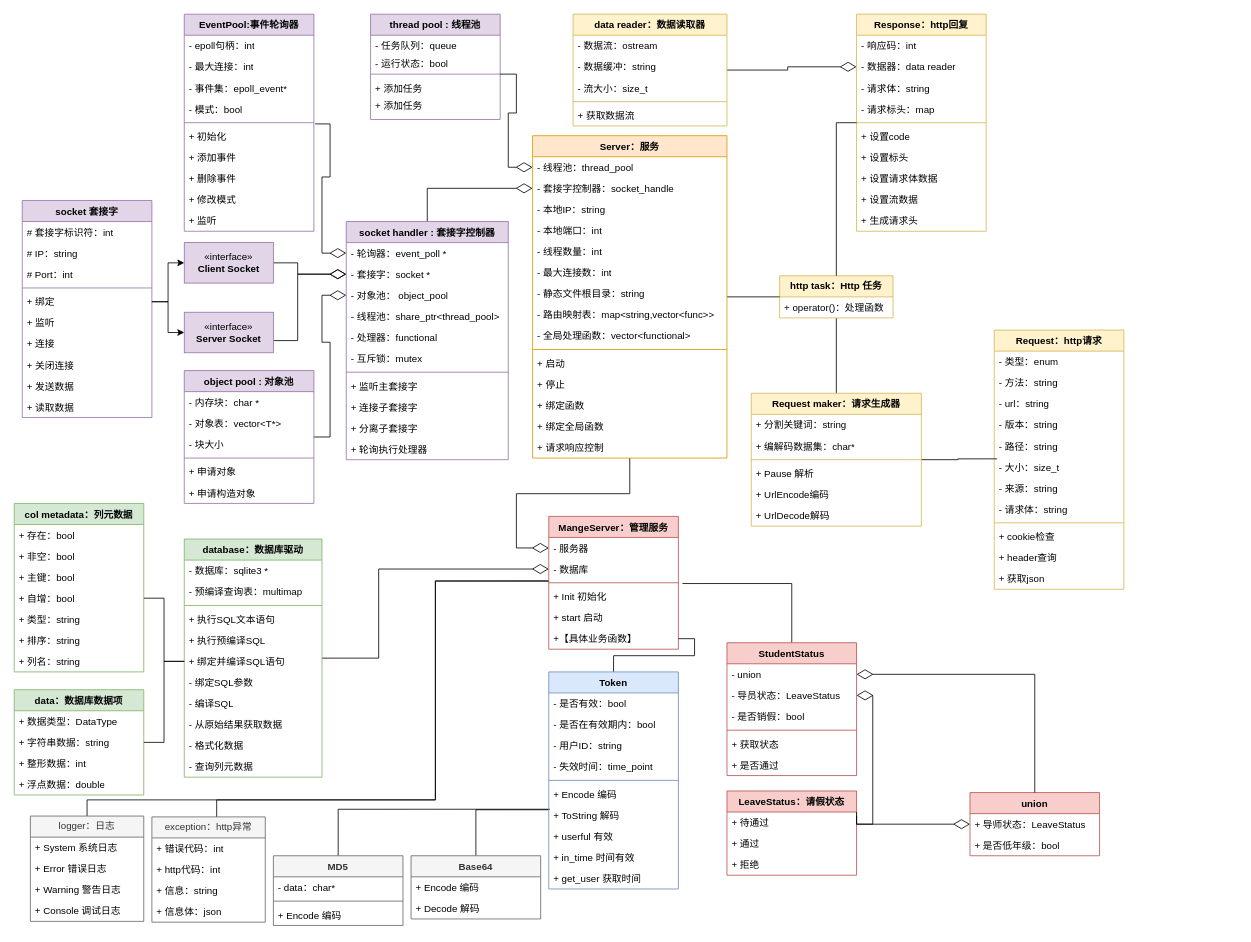
Taiga-A/Calabash keeps this draw.io diagram as calabash.drawio. Above is the earlier version. Source tidied: cells renumbered, new cells numbered last; positions are measured from the earlier drawing's top-left corner, leaving out a move shared by most shapes. Both pictures are drawn from the tidied source at 81%, with x=0, y=0 at pixel (14, 14).
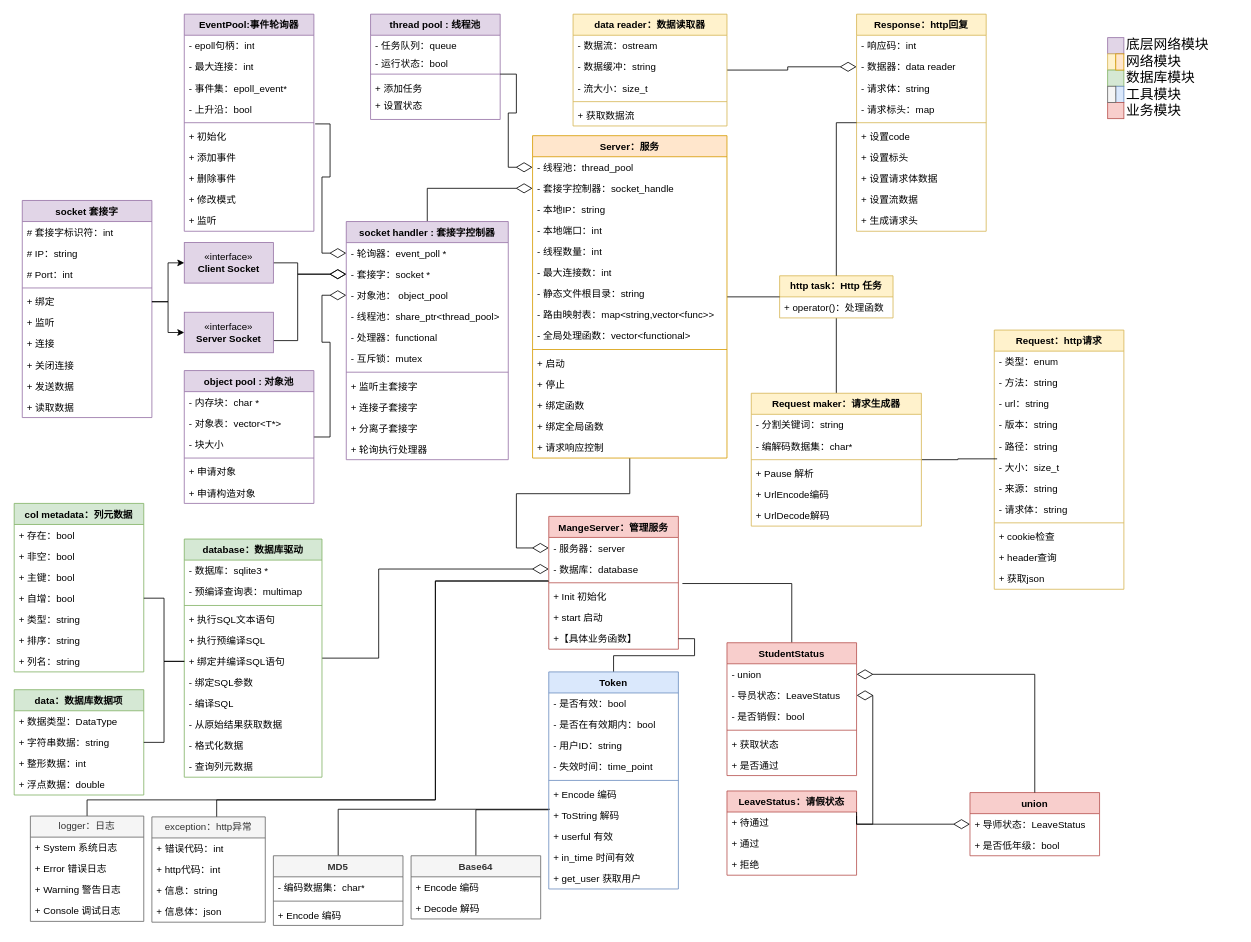
The same diagram, later.

Unchanged cells that the change refers to:
```xml
<mxCell id="2" value="thread pool : 线程池" style="swimlane;fontStyle=1;align=center;verticalAlign=top;horizontal=1;startSize=26;whiteSpace=wrap;html=1;fillColor=#e1d5e7;strokeColor=#9673a6;" parent="1" vertex="1">
  <mxGeometry x="440" width="160" height="130" as="geometry" />
</mxCell>
<mxCell id="111" value="Request maker：请求生成器" style="swimlane;fontStyle=1;align=center;verticalAlign=top;horizontal=1;startSize=26;whiteSpace=wrap;html=1;fillColor=#fff2cc;strokeColor=#d6b656;" parent="1" vertex="1">
  <mxGeometry x="910" y="468" width="210" height="164" as="geometry" />
</mxCell>
<mxCell id="137" value="EventPool:事件轮询器" style="swimlane;fontStyle=1;align=center;verticalAlign=top;horizontal=1;startSize=26;whiteSpace=wrap;html=1;fillColor=#e1d5e7;strokeColor=#9673a6;" parent="1" vertex="1">
  <mxGeometry x="210" width="160" height="268" as="geometry" />
</mxCell>
<mxCell id="154" value="MangeServer：管理服务" style="swimlane;fontStyle=1;align=center;verticalAlign=top;horizontal=1;startSize=26;whiteSpace=wrap;html=1;fillColor=#f8cecc;strokeColor=#b85450;" parent="1" vertex="1">
  <mxGeometry x="660" y="620" width="160" height="164" as="geometry" />
</mxCell>
<mxCell id="184" value="MD5" style="swimlane;fontStyle=1;align=center;verticalAlign=top;horizontal=1;startSize=26;whiteSpace=wrap;html=1;fillColor=#f5f5f5;fontColor=#333333;strokeColor=#666666;" parent="1" vertex="1">
  <mxGeometry x="320" y="1039" width="160" height="86" as="geometry" />
</mxCell>
<mxCell id="189" value="Token" style="swimlane;fontStyle=1;align=center;verticalAlign=top;horizontal=1;startSize=26;whiteSpace=wrap;html=1;fillColor=#dae8fc;strokeColor=#6c8ebf;" parent="1" vertex="1">
  <mxGeometry x="660" y="812" width="160" height="268" as="geometry" />
</mxCell>
```

What changed in the source:
```diff
@@
-    <mxCell id="7" value="+ 添加任务" style="text;strokeColor=none;fillColor=none;align=left;verticalAlign=top;spacingLeft=4;spacingRight=4;overflow=hidden;whiteSpace=wrap;html=1;" parent="2" vertex="1">
+    <mxCell id="7" value="+ 设置状态" style="text;strokeColor=none;fillColor=none;align=left;verticalAlign=top;spacingLeft=4;spacingRight=4;overflow=hidden;whiteSpace=wrap;html=1;" parent="2" vertex="1">
       <mxGeometry y="100" width="160" height="30" as="geometry" />
     </mxCell>
@@
-    <mxCell id="112" value="+ 分割关键词：string" style="text;strokeColor=none;fillColor=none;align=left;verticalAlign=top;spacingLeft=4;spacingRight=4;overflow=hidden;whiteSpace=wrap;html=1;" parent="111" vertex="1">
+    <mxCell id="112" value="- 分割关键词：string" style="text;strokeColor=none;fillColor=none;align=left;verticalAlign=top;spacingLeft=4;spacingRight=4;overflow=hidden;whiteSpace=wrap;html=1;" parent="111" vertex="1">
       <mxGeometry y="26" width="210" height="26" as="geometry" />
     </mxCell>
-    <mxCell id="113" value="+ 编解码数据集：char*" style="text;strokeColor=none;fillColor=none;align=left;verticalAlign=top;spacingLeft=4;spacingRight=4;overflow=hidden;whiteSpace=wrap;html=1;" parent="111" vertex="1">
+    <mxCell id="113" value="- 编解码数据集：char*" style="text;strokeColor=none;fillColor=none;align=left;verticalAlign=top;spacingLeft=4;spacingRight=4;overflow=hidden;whiteSpace=wrap;html=1;" parent="111" vertex="1">
       <mxGeometry y="52" width="210" height="26" as="geometry" />
     </mxCell>
@@
-    <mxCell id="141" value="- 模式：bool" style="text;strokeColor=none;fillColor=none;align=left;verticalAlign=top;spacingLeft=4;spacingRight=4;overflow=hidden;points=[[0,0.5],[1,0.5]];portConstraint=eastwest;whiteSpace=wrap;html=1;" parent="137" vertex="1">
+    <mxCell id="141" value="- 上升沿：bool" style="text;strokeColor=none;fillColor=none;align=left;verticalAlign=top;spacingLeft=4;spacingRight=4;overflow=hidden;points=[[0,0.5],[1,0.5]];portConstraint=eastwest;whiteSpace=wrap;html=1;" parent="137" vertex="1">
       <mxGeometry y="104" width="160" height="26" as="geometry" />
     </mxCell>
@@
-    <mxCell id="155" value="- 服务器" style="text;strokeColor=none;fillColor=none;align=left;verticalAlign=top;spacingLeft=4;spacingRight=4;overflow=hidden;points=[[0,0.5],[1,0.5]];portConstraint=eastwest;whiteSpace=wrap;html=1;" parent="154" vertex="1">
+    <mxCell id="155" value="- 服务器：server" style="text;strokeColor=none;fillColor=none;align=left;verticalAlign=top;spacingLeft=4;spacingRight=4;overflow=hidden;points=[[0,0.5],[1,0.5]];portConstraint=eastwest;whiteSpace=wrap;html=1;" parent="154" vertex="1">
       <mxGeometry y="26" width="160" height="26" as="geometry" />
     </mxCell>
-    <mxCell id="156" value="- 数据库" style="text;strokeColor=none;fillColor=none;align=left;verticalAlign=top;spacingLeft=4;spacingRight=4;overflow=hidden;points=[[0,0.5],[1,0.5]];portConstraint=eastwest;whiteSpace=wrap;html=1;" parent="154" vertex="1">
+    <mxCell id="156" value="- 数据库：database" style="text;strokeColor=none;fillColor=none;align=left;verticalAlign=top;spacingLeft=4;spacingRight=4;overflow=hidden;points=[[0,0.5],[1,0.5]];portConstraint=eastwest;whiteSpace=wrap;html=1;" parent="154" vertex="1">
       <mxGeometry y="52" width="160" height="26" as="geometry" />
     </mxCell>
@@
-    <mxCell id="185" value="- data：char*" style="text;strokeColor=none;fillColor=none;align=left;verticalAlign=top;spacingLeft=4;spacingRight=4;overflow=hidden;whiteSpace=wrap;html=1;" parent="184" vertex="1">
+    <mxCell id="185" value="- 编码数据集：char*" style="text;strokeColor=none;fillColor=none;align=left;verticalAlign=top;spacingLeft=4;spacingRight=4;overflow=hidden;whiteSpace=wrap;html=1;" parent="184" vertex="1">
       <mxGeometry y="26" width="160" height="26" as="geometry" />
     </mxCell>
@@
-    <mxCell id="199" value="+ get_user 获取时间" style="text;strokeColor=none;fillColor=none;align=left;verticalAlign=top;spacingLeft=4;spacingRight=4;overflow=hidden;whiteSpace=wrap;html=1;" parent="189" vertex="1">
+    <mxCell id="199" value="+ get_user 获取用户" style="text;strokeColor=none;fillColor=none;align=left;verticalAlign=top;spacingLeft=4;spacingRight=4;overflow=hidden;whiteSpace=wrap;html=1;" parent="189" vertex="1">
       <mxGeometry y="242" width="160" height="26" as="geometry" />
     </mxCell>
@@
+    <mxCell id="206" value="&lt;ul style=&quot;font-size: 17px;&quot;&gt;&lt;li style=&quot;font-size: 17px;&quot;&gt;底层网络模块&lt;/li&gt;&lt;li style=&quot;font-size: 17px;&quot;&gt;网络模块&lt;/li&gt;&lt;li style=&quot;font-size: 17px;&quot;&gt;数据库模块&lt;/li&gt;&lt;li style=&quot;font-size: 17px;&quot;&gt;工具模块&lt;/li&gt;&lt;li style=&quot;font-size: 17px;&quot;&gt;业务模块&lt;/li&gt;&lt;/ul&gt;" style="text;strokeColor=none;fillColor=none;html=1;whiteSpace=wrap;verticalAlign=middle;overflow=hidden;fontSize=17;spacingTop=2;spacing=3;spacingBottom=5;" parent="1" vertex="1">
+      <mxGeometry x="1330" width="180" height="160" as="geometry" />
+    </mxCell>
+    <mxCell id="207" style="rounded=0;whiteSpace=wrap;html=1;fillColor=#e1d5e7;strokeColor=#9673a6;" parent="1" vertex="1">
+      <mxGeometry x="1350" y="29" width="20" height="20" as="geometry" />
+    </mxCell>
+    <mxCell id="208" style="rounded=0;whiteSpace=wrap;html=1;fillColor=#fff2cc;strokeColor=#d6b656;" parent="1" vertex="1">
+      <mxGeometry x="1350" y="49" width="10" height="20" as="geometry" />
+    </mxCell>
+    <mxCell id="209" style="rounded=0;whiteSpace=wrap;html=1;fillColor=#d5e8d4;strokeColor=#82b366;" parent="1" vertex="1">
+      <mxGeometry x="1350" y="69" width="20" height="20" as="geometry" />
+    </mxCell>
+    <mxCell id="210" style="rounded=0;whiteSpace=wrap;html=1;fillColor=#dae8fc;strokeColor=#6c8ebf;" parent="1" vertex="1">
+      <mxGeometry x="1360" y="89" width="10" height="20" as="geometry" />
+    </mxCell>
+    <mxCell id="211" style="rounded=0;whiteSpace=wrap;html=1;fillColor=#f8cecc;strokeColor=#b85450;" parent="1" vertex="1">
+      <mxGeometry x="1350" y="109" width="20" height="20" as="geometry" />
+    </mxCell>
+    <mxCell id="212" style="rounded=0;whiteSpace=wrap;html=1;fillColor=#ffe6cc;strokeColor=#d79b00;" parent="1" vertex="1">
+      <mxGeometry x="1360" y="49" width="10" height="20" as="geometry" />
+    </mxCell>
+    <mxCell id="213" style="rounded=0;whiteSpace=wrap;html=1;fillColor=#f5f5f5;strokeColor=#666666;fontColor=#333333;" parent="1" vertex="1">
+      <mxGeometry x="1350" y="89" width="10" height="20" as="geometry" />
+    </mxCell>
```
